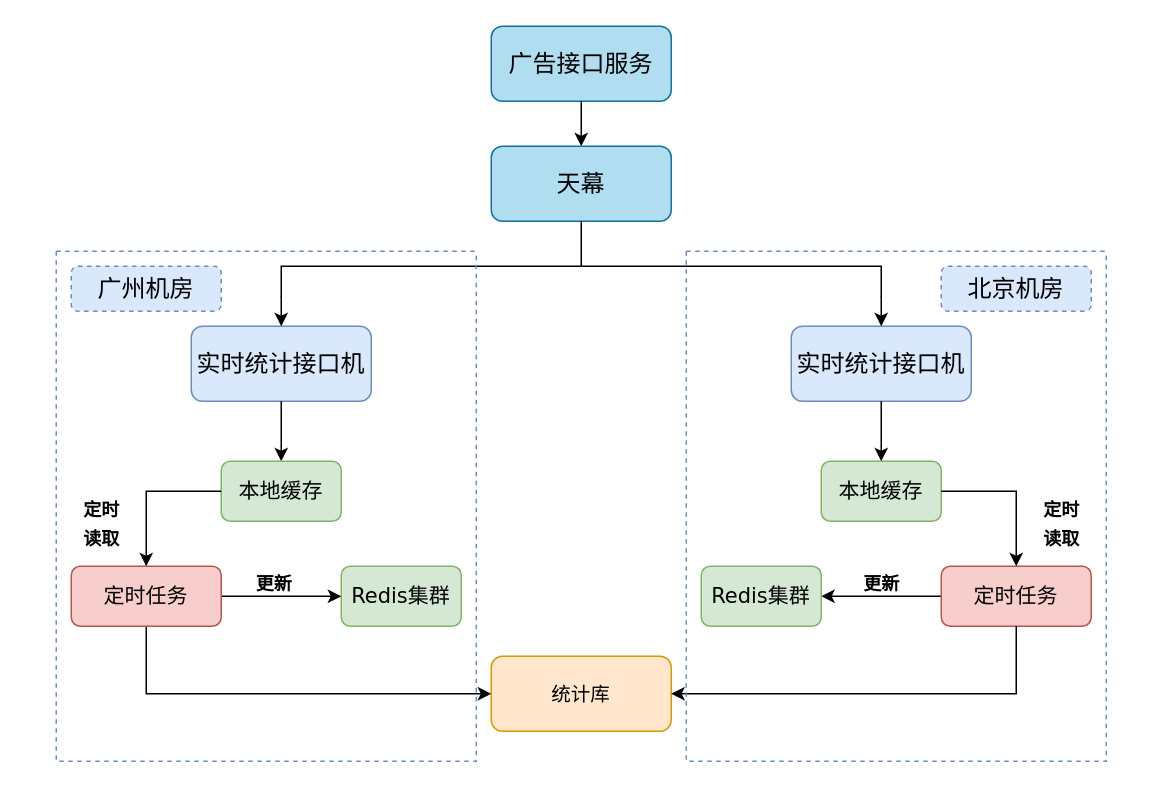
Before: test2.drawio in lewiskyo/test_git, a draw.io diagram. Source tidied: cells renumbered, new cells numbered last; positions are measured from the earlier drawing's top-left corner, leaving out a move shared by most shapes. Both pictures are drawn from the tidied source at 150%, with x=0, y=0 at pixel (26, 26).
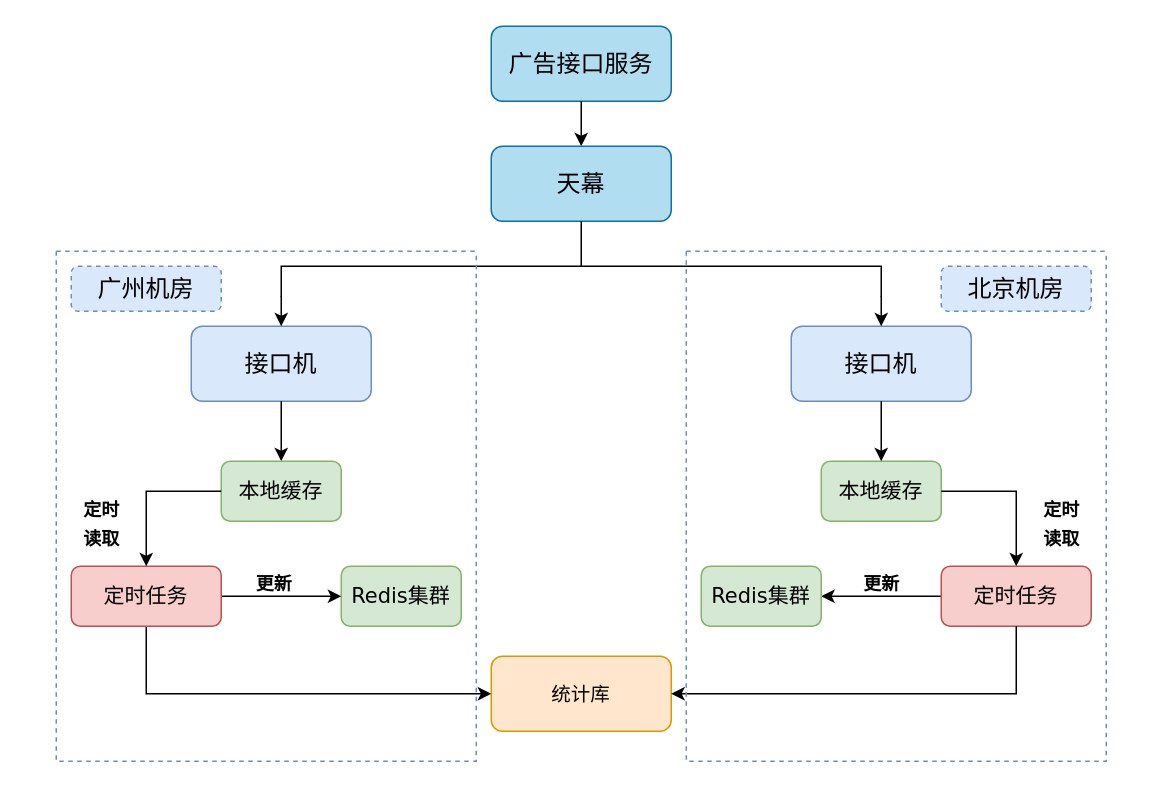
The same diagram, later.

Change to the diagram source:
```diff
@@
-    <mxCell id="5" value="实时统计接口机" style="rounded=1;whiteSpace=wrap;html=1;fontFamily=Verdana;fontSize=16;fillColor=#dae8fc;strokeColor=#6c8ebf;" parent="1" vertex="1">
+    <mxCell id="5" value="接口机" style="rounded=1;whiteSpace=wrap;html=1;fontFamily=Verdana;fontSize=16;fillColor=#dae8fc;strokeColor=#6c8ebf;" parent="1" vertex="1">
       <mxGeometry x="110" y="200" width="120" height="50" as="geometry" />
     </mxCell>
@@
-    <mxCell id="7" value="实时统计接口机" style="rounded=1;whiteSpace=wrap;html=1;fontFamily=Verdana;fontSize=16;fillColor=#dae8fc;strokeColor=#6c8ebf;" parent="1" vertex="1">
+    <mxCell id="7" value="接口机" style="rounded=1;whiteSpace=wrap;html=1;fontFamily=Verdana;fontSize=16;fillColor=#dae8fc;strokeColor=#6c8ebf;" parent="1" vertex="1">
       <mxGeometry x="510" y="200" width="120" height="50" as="geometry" />
     </mxCell>
```
